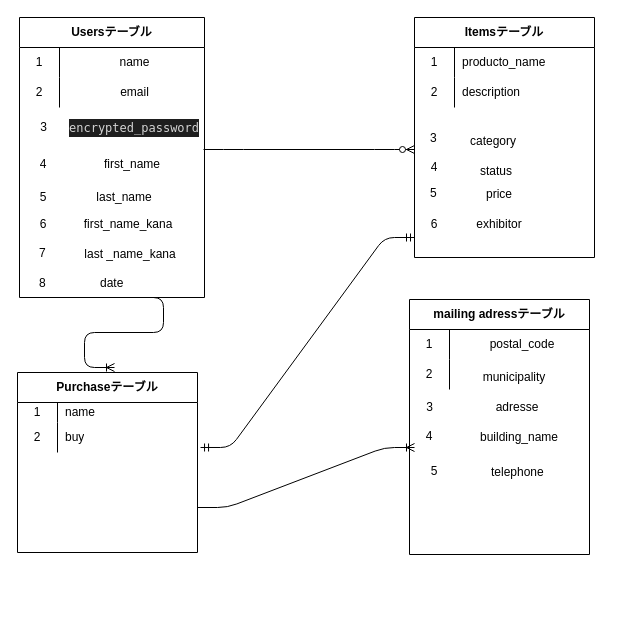
Before: er.dio in takashi-Q/furima-34867, a draw.io diagram. Source tidied: cells renumbered, new cells numbered last; positions are measured from the earlier drawing's top-left corner, leaving out a move shared by most shapes. Both pictures are drawn from the tidied source at 100%, with x=0, y=0 at pixel (17, 17).
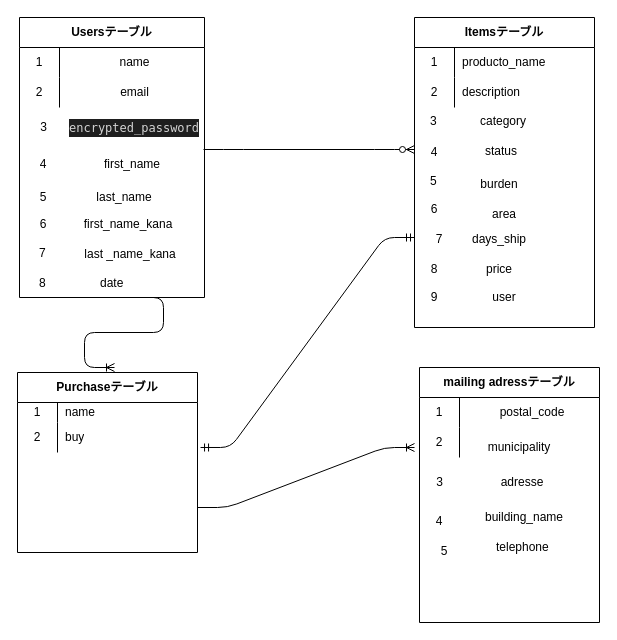
The same page after the edit.

Change to the diagram source:
```diff
@@
     <mxCell id="18" value="Itemsテーブル" style="shape=table;html=1;whiteSpace=wrap;startSize=30;childLayout=tableLayout;rowLines=0;fontStyle=1;align=center;" parent="1" vertex="1">
-      <mxGeometry x="397" width="180" height="240" as="geometry" />
+      <mxGeometry x="397" width="180" height="310" as="geometry" />
     </mxCell>
@@
     <mxCell id="25" value="mailing adressテーブル" style="shape=table;html=1;whiteSpace=wrap;startSize=30;childLayout=tableLayout;rowLines=0;fontStyle=1;align=center;" parent="1" vertex="1">
-      <mxGeometry x="392" y="282" width="180" height="255" as="geometry" />
+      <mxGeometry x="402" y="350" width="180" height="255" as="geometry" />
     </mxCell>
@@
     <mxCell id="39" value="4" style="shape=partialRectangle;html=1;whiteSpace=wrap;fillColor=none;top=0;left=0;bottom=0;right=0;overflow=hidden;" parent="1" vertex="1">
-      <mxGeometry x="397" y="135" width="40" height="30" as="geometry" />
+      <mxGeometry x="397" y="120" width="40" height="30" as="geometry" />
     </mxCell>
     <mxCell id="40" value="price" style="text;html=1;strokeColor=none;fillColor=none;align=center;verticalAlign=middle;whiteSpace=wrap;rounded=0;" parent="1" vertex="1">
-      <mxGeometry x="462" y="167" width="40" height="20" as="geometry" />
+      <mxGeometry x="462" y="242" width="40" height="20" as="geometry" />
     </mxCell>
     <mxCell id="41" value="6" style="shape=partialRectangle;html=1;whiteSpace=wrap;fillColor=none;top=0;left=0;bottom=0;right=0;overflow=hidden;" parent="1" vertex="1">
-      <mxGeometry x="397" y="192" width="40" height="30" as="geometry" />
+      <mxGeometry x="397" y="177" width="40" height="30" as="geometry" />
     </mxCell>
-    <mxCell id="42" value="exhibitor" style="text;html=1;strokeColor=none;fillColor=none;align=center;verticalAlign=middle;whiteSpace=wrap;rounded=0;" parent="1" vertex="1">
-      <mxGeometry x="462" y="197" width="40" height="20" as="geometry" />
+    <mxCell id="42" value="user" style="text;html=1;strokeColor=none;fillColor=none;align=center;verticalAlign=middle;whiteSpace=wrap;rounded=0;" parent="1" vertex="1">
+      <mxGeometry x="467" y="270" width="40" height="20" as="geometry" />
     </mxCell>
     <mxCell id="43" value="3" style="text;html=1;align=center;verticalAlign=middle;" parent="1" vertex="1">
-      <mxGeometry x="402" y="380" width="20" height="20" as="geometry" />
+      <mxGeometry x="412" y="455" width="20" height="20" as="geometry" />
     </mxCell>
@@
     <mxCell id="46" value="category" style="text;strokeColor=none;fillColor=none;spacingLeft=4;spacingRight=4;overflow=hidden;fontSize=12;" parent="1" vertex="1">
-      <mxGeometry x="447" y="110" width="60" height="30" as="geometry" />
+      <mxGeometry x="457" y="90" width="60" height="30" as="geometry" />
     </mxCell>
     <mxCell id="47" value="3&#10;" style="text;strokeColor=none;fillColor=none;spacingLeft=4;spacingRight=4;overflow=hidden;fontSize=12;" parent="1" vertex="1">
-      <mxGeometry x="407" y="107" width="40" height="30" as="geometry" />
+      <mxGeometry x="407" y="90" width="40" height="30" as="geometry" />
     </mxCell>
     <mxCell id="48" value="5&#10;" style="text;strokeColor=none;fillColor=none;spacingLeft=4;spacingRight=4;overflow=hidden;fontSize=12;" parent="1" vertex="1">
-      <mxGeometry x="407" y="162" width="40" height="30" as="geometry" />
+      <mxGeometry x="407" y="150" width="40" height="30" as="geometry" />
     </mxCell>
     <mxCell id="49" value="status" style="text;strokeColor=none;fillColor=none;spacingLeft=4;spacingRight=4;overflow=hidden;fontSize=12;" parent="1" vertex="1">
-      <mxGeometry x="457" y="140" width="50" height="30" as="geometry" />
+      <mxGeometry x="462" y="120" width="50" height="30" as="geometry" />
     </mxCell>
@@
     <mxCell id="54" value="municipality" style="text;html=1;strokeColor=none;fillColor=none;align=center;verticalAlign=middle;whiteSpace=wrap;rounded=0;" parent="1" vertex="1">
-      <mxGeometry x="477" y="350" width="40" height="20" as="geometry" />
+      <mxGeometry x="482" y="420" width="40" height="20" as="geometry" />
     </mxCell>
     <mxCell id="55" value="4" style="text;strokeColor=none;fillColor=none;spacingLeft=4;spacingRight=4;overflow=hidden;fontSize=12;align=center;" parent="1" vertex="1">
-      <mxGeometry x="392" y="405" width="40" height="30" as="geometry" />
+      <mxGeometry x="402" y="490" width="40" height="30" as="geometry" />
     </mxCell>
     <mxCell id="56" value="5" style="text;strokeColor=none;fillColor=none;spacingLeft=4;spacingRight=4;overflow=hidden;fontSize=12;align=center;" parent="1" vertex="1">
-      <mxGeometry x="397" y="440" width="40" height="30" as="geometry" />
+      <mxGeometry x="407" y="520" width="40" height="30" as="geometry" />
     </mxCell>
     <mxCell id="57" value="adresse" style="shape=partialRectangle;html=1;whiteSpace=wrap;fillColor=none;top=0;left=0;bottom=0;right=0;align=center;spacingLeft=6;overflow=hidden;" parent="1" vertex="1">
-      <mxGeometry x="427" y="375" width="140" height="30" as="geometry" />
+      <mxGeometry x="432" y="450" width="140" height="30" as="geometry" />
     </mxCell>
     <mxCell id="58" value="building_name" style="text;html=1;strokeColor=none;fillColor=none;align=center;verticalAlign=middle;whiteSpace=wrap;rounded=0;" parent="1" vertex="1">
-      <mxGeometry x="462" y="410" width="80" height="20" as="geometry" />
+      <mxGeometry x="467" y="490" width="80" height="20" as="geometry" />
     </mxCell>
     <mxCell id="59" value="telephone&amp;nbsp;" style="text;html=1;strokeColor=none;fillColor=none;align=center;verticalAlign=middle;whiteSpace=wrap;rounded=0;" parent="1" vertex="1">
-      <mxGeometry x="437" y="445" width="130" height="20" as="geometry" />
+      <mxGeometry x="442" y="520" width="130" height="20" as="geometry" />
     </mxCell>
@@
+    <mxCell id="62" value="area" style="text;html=1;strokeColor=none;fillColor=none;align=center;verticalAlign=middle;whiteSpace=wrap;rounded=0;" parent="1" vertex="1">
+      <mxGeometry x="467" y="187" width="40" height="20" as="geometry" />
+    </mxCell>
+    <mxCell id="63" value="burden" style="text;html=1;strokeColor=none;fillColor=none;align=center;verticalAlign=middle;whiteSpace=wrap;rounded=0;" parent="1" vertex="1">
+      <mxGeometry x="462" y="157" width="40" height="20" as="geometry" />
+    </mxCell>
+    <mxCell id="64" value="days_ship" style="text;html=1;strokeColor=none;fillColor=none;align=center;verticalAlign=middle;whiteSpace=wrap;rounded=0;" parent="1" vertex="1">
+      <mxGeometry x="462" y="212" width="40" height="20" as="geometry" />
+    </mxCell>
+    <mxCell id="65" value="7" style="text;html=1;strokeColor=none;fillColor=none;align=center;verticalAlign=middle;whiteSpace=wrap;rounded=0;" parent="1" vertex="1">
+      <mxGeometry x="402" y="212" width="40" height="20" as="geometry" />
+    </mxCell>
+    <mxCell id="66" value="9" style="text;html=1;strokeColor=none;fillColor=none;align=center;verticalAlign=middle;whiteSpace=wrap;rounded=0;" parent="1" vertex="1">
+      <mxGeometry x="397" y="270" width="40" height="20" as="geometry" />
+    </mxCell>
+    <mxCell id="67" value="8" style="text;html=1;strokeColor=none;fillColor=none;align=center;verticalAlign=middle;whiteSpace=wrap;rounded=0;" parent="1" vertex="1">
+      <mxGeometry x="397" y="242" width="40" height="20" as="geometry" />
+    </mxCell>
```
